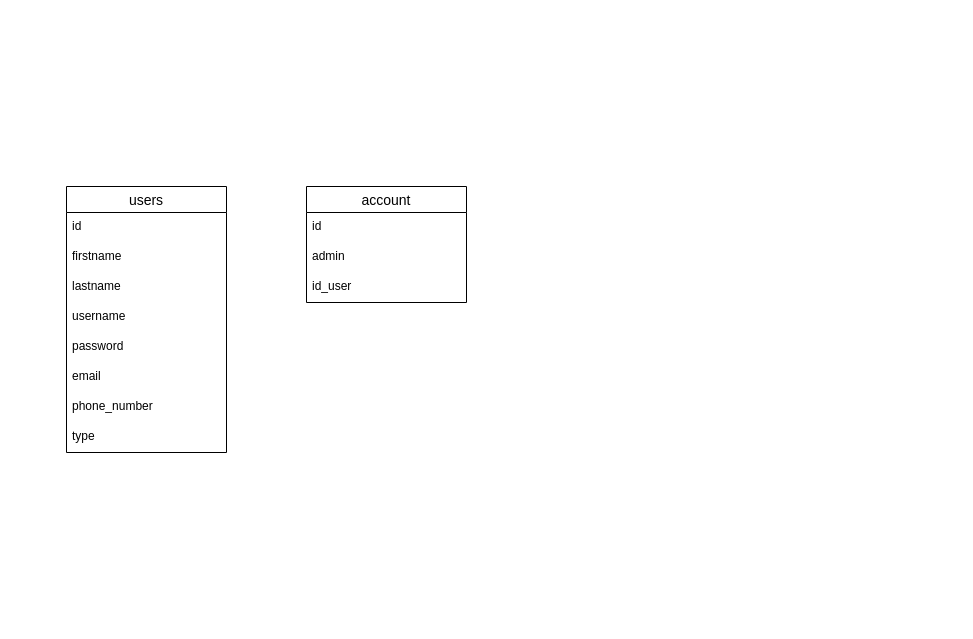
The draw.io diagram Diagram/Diagram-database.drawio in HaVanDuoc/tech-ecommerce-website, before the edit. Source tidied: cells renumbered, new cells numbered last; positions are measured from the earlier drawing's top-left corner, leaving out a move shared by most shapes. Both pictures are drawn from the tidied source at 100%, with x=0, y=0 at pixel (66, 186).
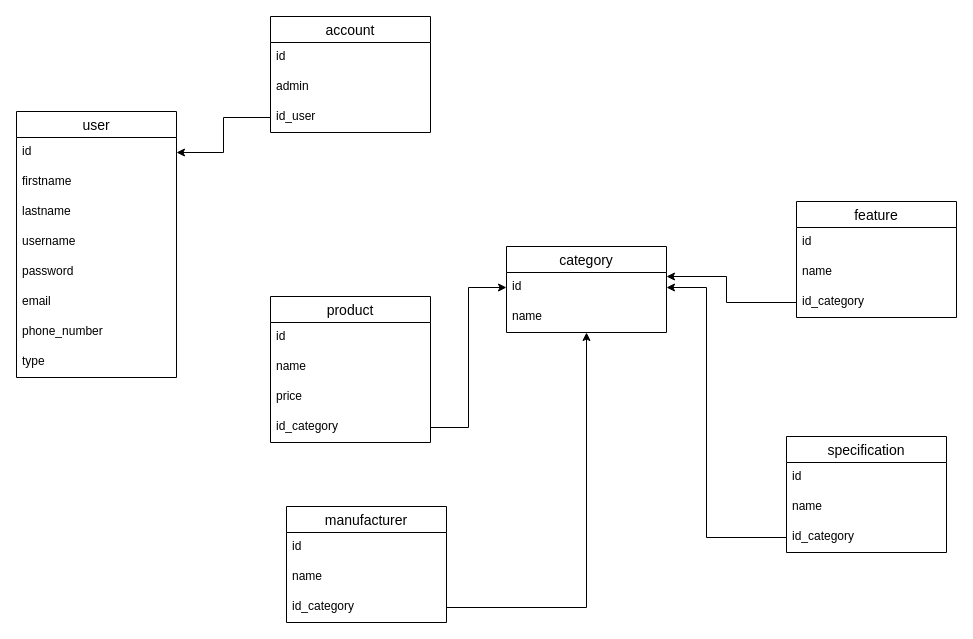
Above is the later version.

Unchanged cells that the change refers to:
```xml
<mxCell id="3" value="id" style="text;strokeColor=none;fillColor=none;spacingLeft=4;spacingRight=4;overflow=hidden;points=[[0,0.5],[1,0.5]];portConstraint=eastwest;fontSize=12;" parent="2" vertex="1">
  <mxGeometry y="26" width="160" height="30" as="geometry" />
</mxCell>
<mxCell id="14" value="id_user" style="text;strokeColor=none;fillColor=none;spacingLeft=4;spacingRight=4;overflow=hidden;points=[[0,0.5],[1,0.5]];portConstraint=eastwest;fontSize=12;" parent="11" vertex="1">
  <mxGeometry y="86" width="160" height="30" as="geometry" />
</mxCell>
```

Diff of the diagram source:
```diff
@@
-    <mxCell id="2" value="users" style="swimlane;fontStyle=0;horizontal=1;startSize=26;align=center;fontSize=14;" parent="1" vertex="1">
-      <mxGeometry width="160" height="266" as="geometry" />
+    <mxCell id="2" value="user" style="swimlane;fontStyle=0;horizontal=1;startSize=26;align=center;fontSize=14;" parent="1" vertex="1">
+      <mxGeometry x="-50" y="-75" width="160" height="266" as="geometry" />
     </mxCell>
@@
     <mxCell id="11" value="account" style="swimlane;fontStyle=0;horizontal=1;startSize=26;align=center;fontSize=14;" parent="1" vertex="1">
-      <mxGeometry x="240" width="160" height="116" as="geometry" />
+      <mxGeometry x="204" y="-170" width="160" height="116" as="geometry" />
     </mxCell>
@@
+    <mxCell id="15" value="product" style="swimlane;fontStyle=0;horizontal=1;startSize=26;align=center;fontSize=14;" parent="1" vertex="1">
+      <mxGeometry x="204" y="110" width="160" height="146" as="geometry" />
+    </mxCell>
+    <mxCell id="16" value="id" style="text;strokeColor=none;fillColor=none;spacingLeft=4;spacingRight=4;overflow=hidden;fontSize=12;" parent="15" vertex="1">
+      <mxGeometry y="26" width="160" height="30" as="geometry" />
+    </mxCell>
+    <mxCell id="17" value="name" style="text;strokeColor=none;fillColor=none;spacingLeft=4;spacingRight=4;overflow=hidden;fontSize=12;" parent="15" vertex="1">
+      <mxGeometry y="56" width="160" height="30" as="geometry" />
+    </mxCell>
+    <mxCell id="18" value="price" style="text;strokeColor=none;fillColor=none;spacingLeft=4;spacingRight=4;overflow=hidden;fontSize=12;" parent="15" vertex="1">
+      <mxGeometry y="86" width="160" height="30" as="geometry" />
+    </mxCell>
+    <mxCell id="19" value="id_category" style="text;strokeColor=none;fillColor=none;spacingLeft=4;spacingRight=4;overflow=hidden;points=[[0,0.5],[1,0.5]];portConstraint=eastwest;fontSize=12;" parent="15" vertex="1">
+      <mxGeometry y="116" width="160" height="30" as="geometry" />
+    </mxCell>
+    <mxCell id="20" value="manufacturer" style="swimlane;fontStyle=0;horizontal=1;startSize=26;align=center;fontSize=14;" parent="1" vertex="1">
+      <mxGeometry x="220" y="320" width="160" height="116" as="geometry" />
+    </mxCell>
+    <mxCell id="21" value="id" style="text;strokeColor=none;fillColor=none;spacingLeft=4;spacingRight=4;overflow=hidden;fontSize=12;" parent="20" vertex="1">
+      <mxGeometry y="26" width="160" height="30" as="geometry" />
+    </mxCell>
+    <mxCell id="22" value="name" style="text;strokeColor=none;fillColor=none;spacingLeft=4;spacingRight=4;overflow=hidden;fontSize=12;" parent="20" vertex="1">
+      <mxGeometry y="56" width="160" height="30" as="geometry" />
+    </mxCell>
+    <mxCell id="23" value="id_category" style="text;strokeColor=none;fillColor=none;spacingLeft=4;spacingRight=4;overflow=hidden;points=[[0,0.5],[1,0.5]];portConstraint=eastwest;fontSize=12;" parent="20" vertex="1">
+      <mxGeometry y="86" width="160" height="30" as="geometry" />
+    </mxCell>
+    <mxCell id="24" value="category" style="swimlane;fontStyle=0;horizontal=1;startSize=26;align=center;fontSize=14;" parent="1" vertex="1">
+      <mxGeometry x="440" y="60" width="160" height="86" as="geometry" />
+    </mxCell>
+    <mxCell id="25" value="id" style="text;strokeColor=none;fillColor=none;spacingLeft=4;spacingRight=4;overflow=hidden;points=[[0,0.5],[1,0.5]];portConstraint=eastwest;fontSize=12;" parent="24" vertex="1">
+      <mxGeometry y="26" width="160" height="30" as="geometry" />
+    </mxCell>
+    <mxCell id="26" value="name" style="text;strokeColor=none;fillColor=none;spacingLeft=4;spacingRight=4;overflow=hidden;fontSize=12;" parent="24" vertex="1">
+      <mxGeometry y="56" width="160" height="30" as="geometry" />
+    </mxCell>
+    <mxCell id="27" value="feature" style="swimlane;fontStyle=0;horizontal=1;startSize=26;align=center;fontSize=14;" parent="1" vertex="1">
+      <mxGeometry x="730" y="15" width="160" height="116" as="geometry" />
+    </mxCell>
+    <mxCell id="28" value="id" style="text;strokeColor=none;fillColor=none;spacingLeft=4;spacingRight=4;overflow=hidden;fontSize=12;" parent="27" vertex="1">
+      <mxGeometry y="26" width="160" height="30" as="geometry" />
+    </mxCell>
+    <mxCell id="29" value="name" style="text;strokeColor=none;fillColor=none;spacingLeft=4;spacingRight=4;overflow=hidden;fontSize=12;" parent="27" vertex="1">
+      <mxGeometry y="56" width="160" height="30" as="geometry" />
+    </mxCell>
+    <mxCell id="30" value="id_category" style="text;strokeColor=none;fillColor=none;spacingLeft=4;spacingRight=4;overflow=hidden;points=[[0,0.5],[1,0.5]];portConstraint=eastwest;fontSize=12;" parent="27" vertex="1">
+      <mxGeometry y="86" width="160" height="30" as="geometry" />
+    </mxCell>
+    <mxCell id="31" style="edgeStyle=orthogonalEdgeStyle;rounded=0;jettySize=auto;html=1;" parent="1" edge="1" source="14" target="3">
+      <mxGeometry relative="1" as="geometry" />
+    </mxCell>
+    <mxCell id="32" style="edgeStyle=orthogonalEdgeStyle;rounded=0;jettySize=auto;html=1;" parent="1" edge="1" source="19" target="25">
+      <mxGeometry relative="1" as="geometry" />
+    </mxCell>
+    <mxCell id="33" value="specification" style="swimlane;fontStyle=0;horizontal=1;startSize=26;align=center;fontSize=14;" parent="1" vertex="1">
+      <mxGeometry x="720" y="250" width="160" height="116" as="geometry" />
+    </mxCell>
+    <mxCell id="34" value="id" style="text;strokeColor=none;fillColor=none;spacingLeft=4;spacingRight=4;overflow=hidden;fontSize=12;" parent="33" vertex="1">
+      <mxGeometry y="26" width="160" height="30" as="geometry" />
+    </mxCell>
+    <mxCell id="35" value="name" style="text;strokeColor=none;fillColor=none;spacingLeft=4;spacingRight=4;overflow=hidden;fontSize=12;" parent="33" vertex="1">
+      <mxGeometry y="56" width="160" height="30" as="geometry" />
+    </mxCell>
+    <mxCell id="36" value="id_category" style="text;strokeColor=none;fillColor=none;spacingLeft=4;spacingRight=4;overflow=hidden;points=[[0,0.5],[1,0.5]];portConstraint=eastwest;fontSize=12;" parent="33" vertex="1">
+      <mxGeometry y="86" width="160" height="30" as="geometry" />
+    </mxCell>
+    <mxCell id="37" style="edgeStyle=orthogonalEdgeStyle;rounded=0;jettySize=auto;html=1;" parent="1" edge="1" source="36" target="25">
+      <mxGeometry relative="1" as="geometry">
+        <Array as="points">
+          <mxPoint x="640" y="351" />
+          <mxPoint x="640" y="101" />
+        </Array>
+      </mxGeometry>
+    </mxCell>
+    <mxCell id="38" style="edgeStyle=orthogonalEdgeStyle;rounded=0;jettySize=auto;html=1;" parent="1" edge="1" source="30" target="25">
+      <mxGeometry relative="1" as="geometry">
+        <Array as="points">
+          <mxPoint x="660" y="116" />
+          <mxPoint x="660" y="90" />
+        </Array>
+      </mxGeometry>
+    </mxCell>
+    <mxCell id="39" style="edgeStyle=orthogonalEdgeStyle;rounded=0;jettySize=auto;html=1;" parent="1" edge="1" source="23" target="24">
+      <mxGeometry relative="1" as="geometry" />
+    </mxCell>
```
